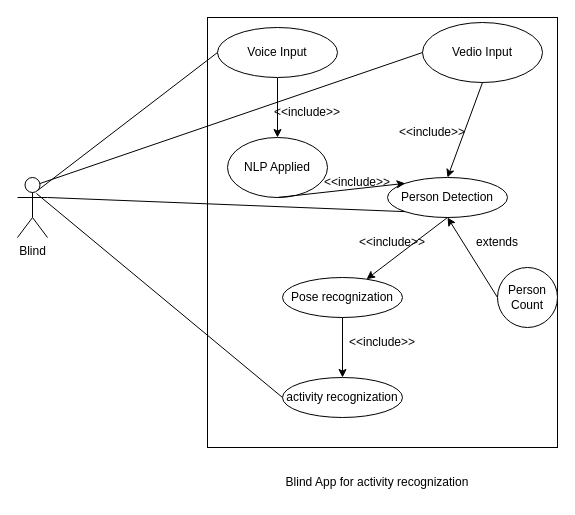
ahmad2001hotmailyahoo/ahmad-arc keeps this draw.io diagram as UseCase.drawio. Above is the earlier version. Source tidied: cells renumbered, new cells numbered last; positions are measured from the earlier drawing's top-left corner, leaving out a move shared by most shapes. Both pictures are drawn from the tidied source at 100%, with x=0, y=0 at pixel (17, 17).
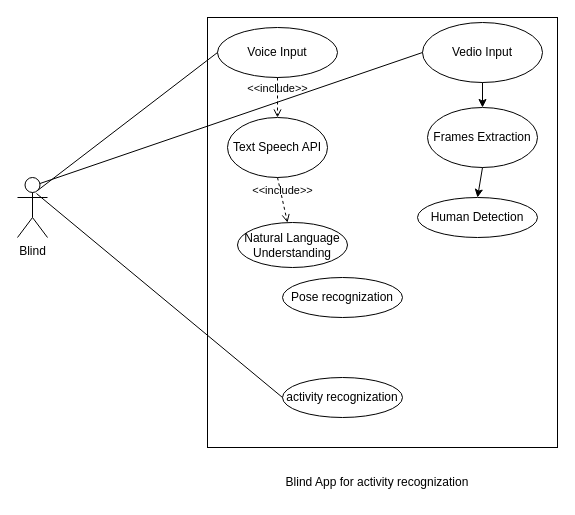
The same page after the edit.

The change refers to these unchanged cells:
```xml
<mxCell id="5" value="Voice Input&lt;br&gt;" style="ellipse;whiteSpace=wrap;html=1;" parent="1" vertex="1">
  <mxGeometry x="200" y="10" width="120" height="50" as="geometry" />
</mxCell>
<mxCell id="7" value="Pose recognization" style="ellipse;whiteSpace=wrap;html=1;" parent="1" vertex="1">
  <mxGeometry x="265" y="260" width="120" height="40" as="geometry" />
</mxCell>
<mxCell id="8" value="activity recognization" style="ellipse;whiteSpace=wrap;html=1;" parent="1" vertex="1">
  <mxGeometry x="265" y="360" width="120" height="40" as="geometry" />
</mxCell>
<mxCell id="21" value="Vedio Input" style="ellipse;whiteSpace=wrap;html=1;" parent="1" vertex="1">
  <mxGeometry x="405" y="5" width="120" height="60" as="geometry" />
</mxCell>
```

The edit, as a diff of the source:
```diff
@@
-    <mxCell id="4" style="edgeStyle=orthogonalEdgeStyle;rounded=0;jettySize=auto;html=1;" parent="1" edge="1" source="5" target="24">
-      <mxGeometry relative="1" as="geometry" />
-    </mxCell>
@@
-    <mxCell id="6" value="Person Detection" style="ellipse;whiteSpace=wrap;html=1;" parent="1" vertex="1">
-      <mxGeometry x="370" y="160" width="120" height="40" as="geometry" />
+    <mxCell id="6" value="Human Detection" style="ellipse;whiteSpace=wrap;html=1;" parent="1" vertex="1">
+      <mxGeometry x="400" y="180" width="120" height="40" as="geometry" />
     </mxCell>
@@
-    <mxCell id="9" value="&amp;lt;&amp;lt;include&amp;gt;&amp;gt;" style="text;html=1;strokeColor=none;fillColor=none;align=center;verticalAlign=middle;whiteSpace=wrap;rounded=0;" parent="1" vertex="1">
-      <mxGeometry x="385" y="100" width="60" height="30" as="geometry" />
-    </mxCell>
-    <mxCell id="10" value="&amp;lt;&amp;lt;include&amp;gt;&amp;gt;" style="text;html=1;strokeColor=none;fillColor=none;align=center;verticalAlign=middle;whiteSpace=wrap;rounded=0;" parent="1" vertex="1">
-      <mxGeometry x="345" y="210" width="60" height="30" as="geometry" />
-    </mxCell>
-    <mxCell id="11" value="&amp;lt;&amp;lt;include&amp;gt;&amp;gt;" style="text;html=1;strokeColor=none;fillColor=none;align=center;verticalAlign=middle;whiteSpace=wrap;rounded=0;" parent="1" vertex="1">
-      <mxGeometry x="335" y="310" width="60" height="30" as="geometry" />
-    </mxCell>
@@
-    <mxCell id="14" style="endArrow=classic;html=1;rounded=0;exitX=0.5;exitY=1;exitDx=0;exitDy=0;" parent="1" edge="1" source="6" target="7">
-      <mxGeometry relative="1" as="geometry" />
-    </mxCell>
-    <mxCell id="15" style="endArrow=classic;html=1;rounded=0;exitX=0.5;exitY=1;exitDx=0;exitDy=0;entryX=0.5;entryY=0;entryDx=0;entryDy=0;" parent="1" edge="1" source="7" target="8">
-      <mxGeometry relative="1" as="geometry" />
-    </mxCell>
-    <mxCell id="16" style="endArrow=classic;html=1;rounded=0;entryX=0.5;entryY=1;entryDx=0;entryDy=0;exitX=0;exitY=0.5;exitDx=0;exitDy=0;" parent="1" edge="1" source="17" target="6">
-      <mxGeometry relative="1" as="geometry" />
-    </mxCell>
-    <mxCell id="17" value="Person Count" style="ellipse;whiteSpace=wrap;html=1;" parent="1" vertex="1">
-      <mxGeometry x="480" y="250" width="60" height="60" as="geometry" />
-    </mxCell>
-    <mxCell id="18" value="extends" style="text;html=1;strokeColor=none;fillColor=none;align=center;verticalAlign=middle;whiteSpace=wrap;rounded=0;" parent="1" vertex="1">
-      <mxGeometry x="450" y="210" width="60" height="30" as="geometry" />
-    </mxCell>
-    <mxCell id="19" style="endArrow=none;html=1;rounded=0;entryX=0;entryY=1;entryDx=0;entryDy=0;" parent="1" edge="1" target="6">
-      <mxGeometry relative="1" as="geometry">
-        <mxPoint x="30" y="180" as="sourcePoint" />
-      </mxGeometry>
-    </mxCell>
@@
-    <mxCell id="23" style="endArrow=classic;html=1;rounded=0;exitX=0.5;exitY=1;exitDx=0;exitDy=0;entryX=0.5;entryY=0;entryDx=0;entryDy=0;" parent="1" edge="1" source="21" target="6">
-      <mxGeometry relative="1" as="geometry" />
-    </mxCell>
-    <mxCell id="24" value="NLP Applied" style="ellipse;whiteSpace=wrap;html=1;" parent="1" vertex="1">
-      <mxGeometry x="210" y="120" width="100" height="60" as="geometry" />
+    <mxCell id="24" value="Text Speech API" style="ellipse;whiteSpace=wrap;html=1;" parent="1" vertex="1">
+      <mxGeometry x="210" y="100" width="100" height="60" as="geometry" />
     </mxCell>
-    <mxCell id="25" style="endArrow=classic;html=1;rounded=0;exitX=0.5;exitY=1;exitDx=0;exitDy=0;entryX=0;entryY=0;entryDx=0;entryDy=0;" parent="1" edge="1" source="24" target="6">
-      <mxGeometry relative="1" as="geometry" />
-    </mxCell>
-    <mxCell id="26" value="&amp;lt;&amp;lt;include&amp;gt;&amp;gt;" style="text;html=1;strokeColor=none;fillColor=none;align=center;verticalAlign=middle;whiteSpace=wrap;rounded=0;" parent="1" vertex="1">
-      <mxGeometry x="260" y="80" width="60" height="30" as="geometry" />
-    </mxCell>
-    <mxCell id="27" value="&amp;lt;&amp;lt;include&amp;gt;&amp;gt;" style="text;html=1;strokeColor=none;fillColor=none;align=center;verticalAlign=middle;whiteSpace=wrap;rounded=0;" parent="1" vertex="1">
-      <mxGeometry x="310" y="150" width="60" height="30" as="geometry" />
-    </mxCell>
+    <mxCell id="4" value="&amp;lt;&amp;lt;include&amp;gt;&amp;gt;" style="html=1;verticalAlign=bottom;labelBackgroundColor=none;endArrow=open;endFill=0;dashed=1;rounded=0;exitX=0.5;exitY=1;exitDx=0;exitDy=0;" parent="1" edge="1" source="5" target="24">
+      <mxGeometry relative="1" as="geometry" />
+    </mxCell>
+    <mxCell id="28" value="Natural Language Understanding" style="ellipse;whiteSpace=wrap;html=1;" parent="1" vertex="1">
+      <mxGeometry x="220" y="205" width="110" height="45" as="geometry" />
+    </mxCell>
+    <mxCell id="29" value="&amp;lt;&amp;lt;include&amp;gt;&amp;gt;" style="html=1;verticalAlign=bottom;labelBackgroundColor=none;endArrow=open;endFill=0;dashed=1;rounded=0;exitX=0.5;exitY=1;exitDx=0;exitDy=0;" parent="1" edge="1" source="24" target="28">
+      <mxGeometry relative="1" as="geometry" />
+    </mxCell>
+    <mxCell id="30" value="Frames Extraction" style="ellipse;whiteSpace=wrap;html=1;" parent="1" vertex="1">
+      <mxGeometry x="410" y="90" width="110" height="60" as="geometry" />
+    </mxCell>
+    <mxCell id="31" style="endArrow=classic;html=1;rounded=0;exitX=0.5;exitY=1;exitDx=0;exitDy=0;entryX=0.5;entryY=0;entryDx=0;entryDy=0;" parent="1" edge="1" source="21" target="30">
+      <mxGeometry relative="1" as="geometry" />
+    </mxCell>
+    <mxCell id="32" style="endArrow=classic;html=1;rounded=0;exitX=0.5;exitY=1;exitDx=0;exitDy=0;entryX=0.5;entryY=0;entryDx=0;entryDy=0;" parent="1" edge="1" source="30" target="6">
+      <mxGeometry relative="1" as="geometry" />
+    </mxCell>
```
